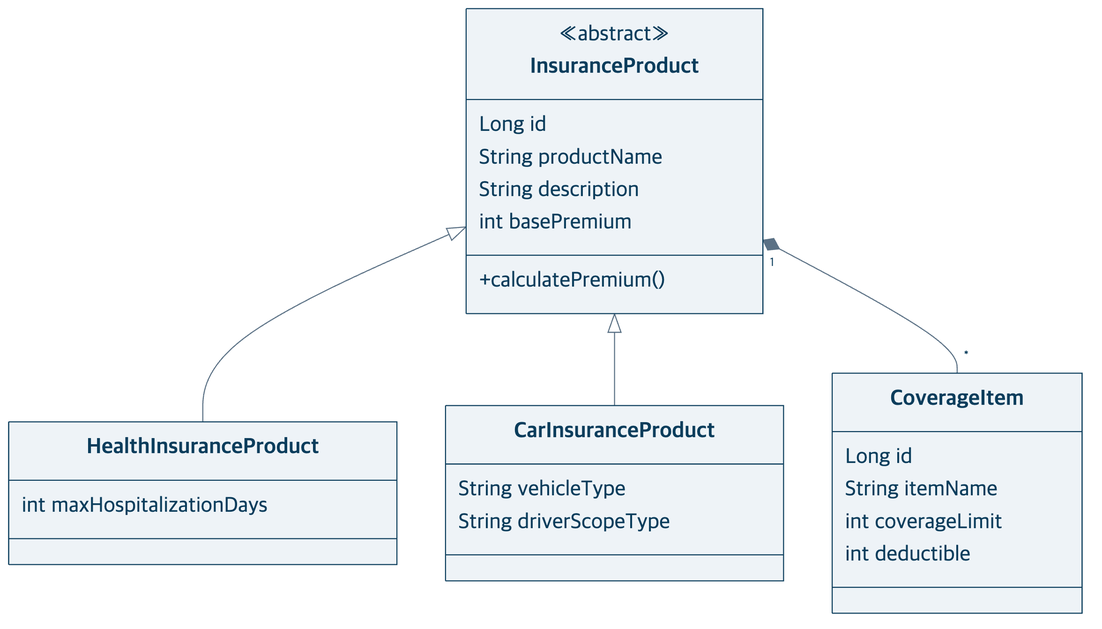
Before: docs/presentation/diagrams/clusters/product-code.png, a diagram exported from Mermaid (heyoonyoon/distributed-programming). Its source is kept beside it as docs/presentation/diagrams/clusters/product-code.mmd.
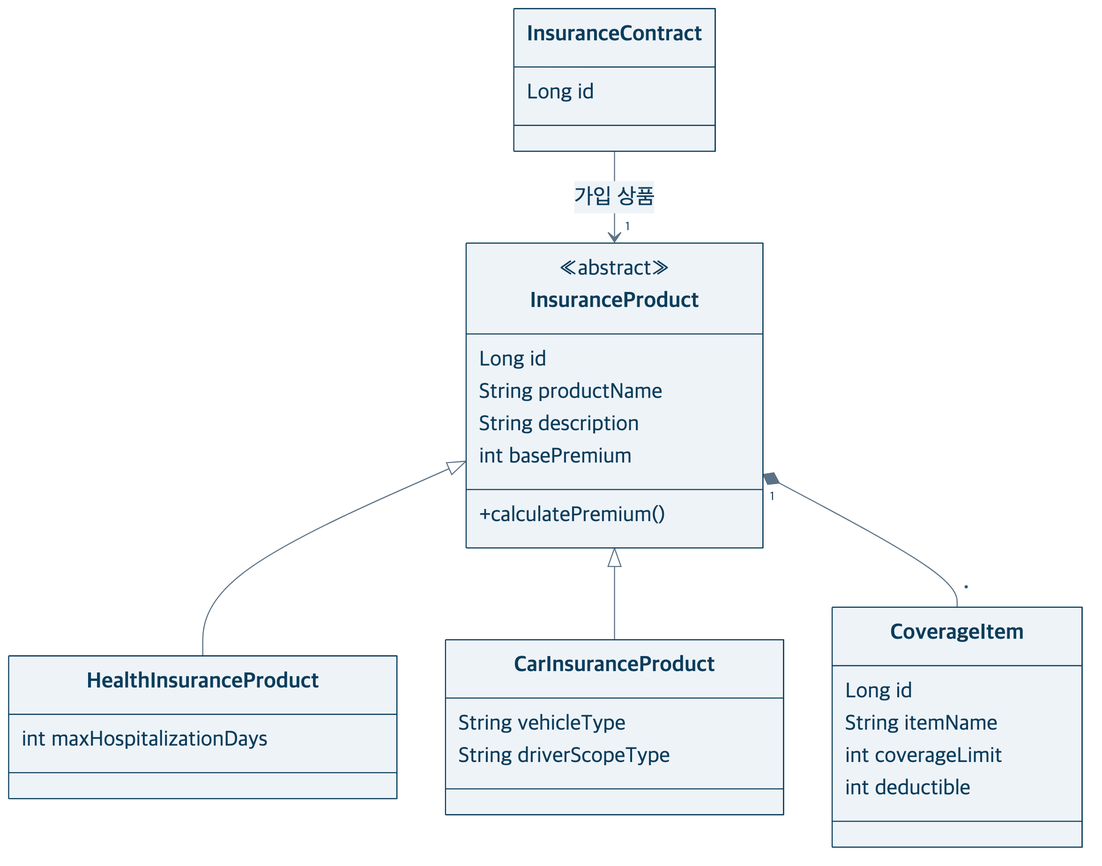
Above is the later version.

Change to the diagram source:
```diff
@@ -1,5 +1,8 @@
 classDiagram
 direction TB
+class InsuranceContract {
+  Long id
+}
 class InsuranceProduct {
   <<abstract>>
   Long id
@@ -21,6 +24,7 @@
   int coverageLimit
   int deductible
 }
+InsuranceContract --> "1" InsuranceProduct : 가입 상품
 InsuranceProduct <|-- HealthInsuranceProduct
 InsuranceProduct <|-- CarInsuranceProduct
 InsuranceProduct "1" *-- "*" CoverageItem
```
